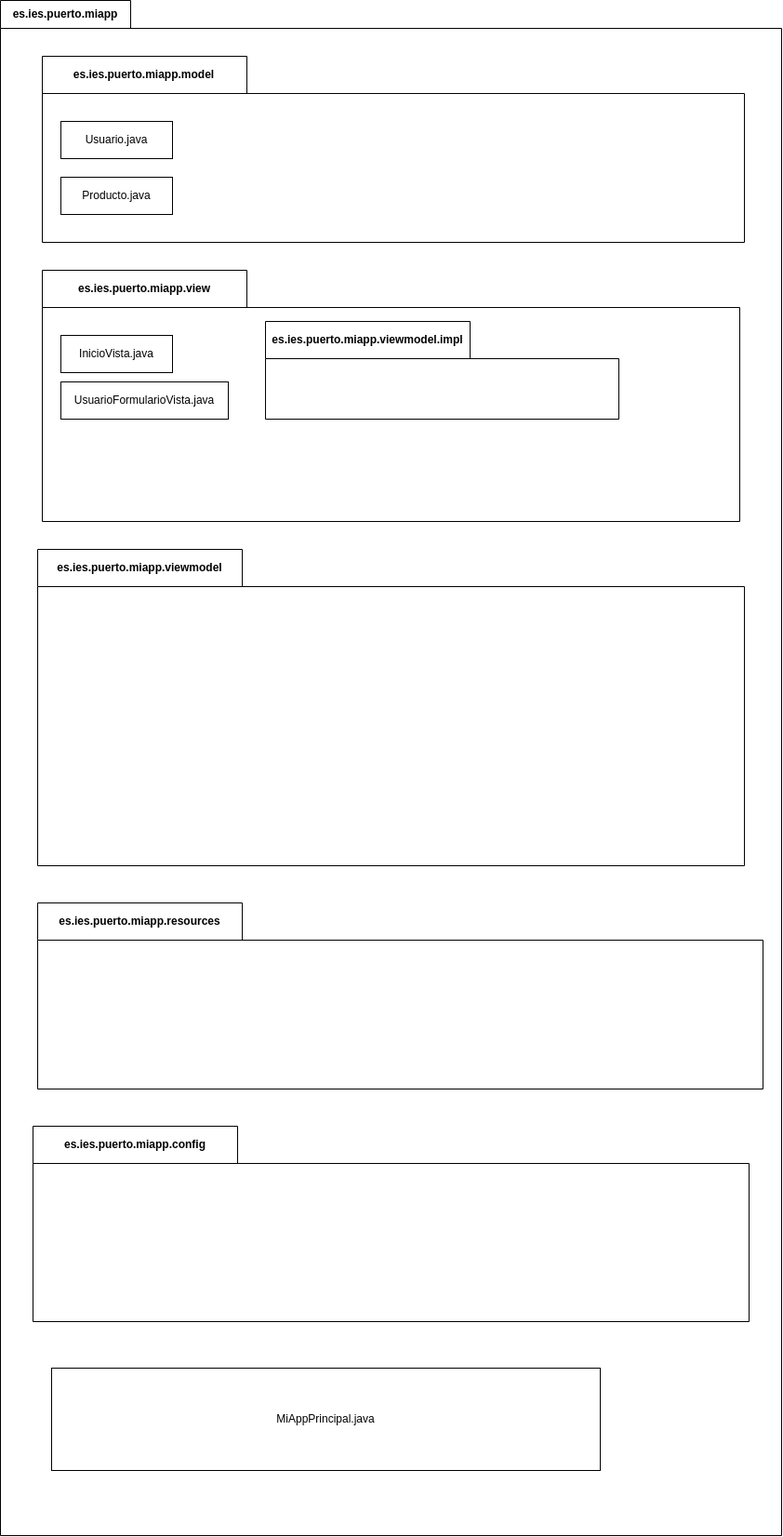
The draw.io diagram ExamenDiagramapaquetes_PedroMartinEscuela.png in PeterMartEsc/ETS, before a commit. Source tidied: cells renumbered, new cells last; positions are measured from the earlier drawing's top-left corner, leaving out a move shared by most shapes.
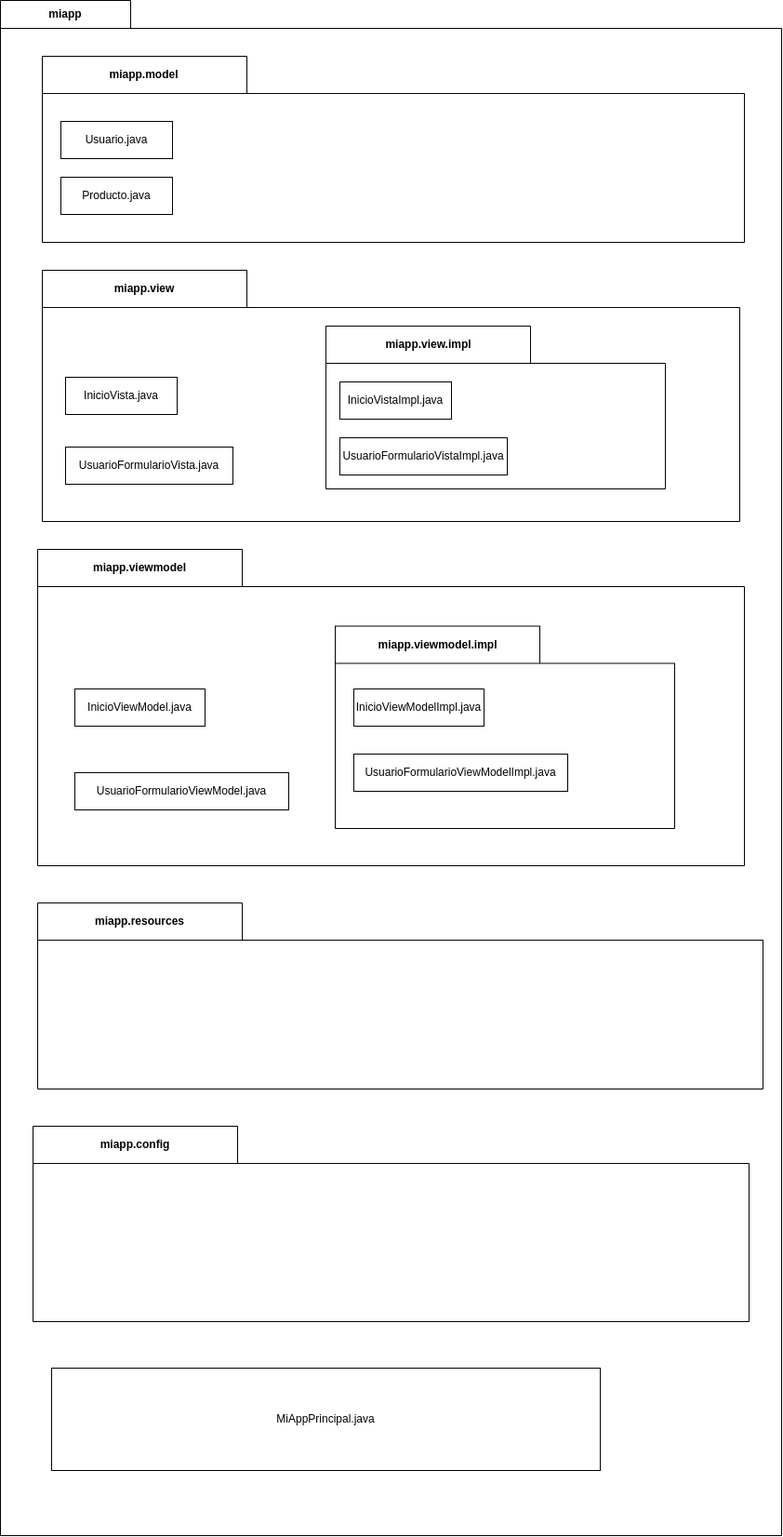
After the change.

What changed in the source:
```diff
@@ -2,10 +2,10 @@
   <root>
     <mxCell id="0" />
     <mxCell id="1" parent="0" />
-    <mxCell id="2" value="es.ies.puerto.miapp" style="shape=folder;fontStyle=1;tabWidth=140;tabHeight=30;tabPosition=left;html=1;boundedLbl=1;labelInHeader=1;whiteSpace=wrap;fillColor=none;" parent="1" vertex="1">
+    <mxCell id="2" value="miapp" style="shape=folder;fontStyle=1;tabWidth=140;tabHeight=30;tabPosition=left;html=1;boundedLbl=1;labelInHeader=1;whiteSpace=wrap;fillColor=none;" parent="1" vertex="1">
       <mxGeometry width="840" height="1650" as="geometry" />
     </mxCell>
-    <mxCell id="3" value="es.ies.puerto.miapp.model" style="shape=folder;fontStyle=1;tabWidth=220;tabHeight=40;tabPosition=left;html=1;boundedLbl=1;labelInHeader=1;whiteSpace=wrap;" parent="2" vertex="1">
+    <mxCell id="3" value="miapp.model" style="shape=folder;fontStyle=1;tabWidth=220;tabHeight=40;tabPosition=left;html=1;boundedLbl=1;labelInHeader=1;whiteSpace=wrap;" parent="2" vertex="1">
       <mxGeometry x="45" y="60" width="755" height="200" as="geometry" />
     </mxCell>
     <mxCell id="4" value="Usuario.java" style="rounded=0;whiteSpace=wrap;html=1;" parent="3" vertex="1">
@@ -14,25 +14,46 @@
     <mxCell id="5" value="Producto.java" style="rounded=0;whiteSpace=wrap;html=1;" parent="3" vertex="1">
       <mxGeometry x="20" y="130" width="120" height="40" as="geometry" />
     </mxCell>
-    <mxCell id="6" value="es.ies.puerto.miapp.view" style="shape=folder;fontStyle=1;tabWidth=220;tabHeight=40;tabPosition=left;html=1;boundedLbl=1;labelInHeader=1;whiteSpace=wrap;" parent="2" vertex="1">
+    <mxCell id="6" value="miapp.view" style="shape=folder;fontStyle=1;tabWidth=220;tabHeight=40;tabPosition=left;html=1;boundedLbl=1;labelInHeader=1;whiteSpace=wrap;" parent="2" vertex="1">
       <mxGeometry x="45" y="290" width="750" height="270" as="geometry" />
     </mxCell>
     <mxCell id="7" value="InicioVista.java" style="rounded=0;whiteSpace=wrap;html=1;" parent="6" vertex="1">
-      <mxGeometry x="20" y="70" width="120" height="40" as="geometry" />
+      <mxGeometry x="25" y="115" width="120" height="40" as="geometry" />
     </mxCell>
     <mxCell id="8" value="UsuarioFormularioVista.java" style="rounded=0;whiteSpace=wrap;html=1;" parent="6" vertex="1">
-      <mxGeometry x="20" y="120" width="180" height="40" as="geometry" />
+      <mxGeometry x="25" y="190" width="180" height="40" as="geometry" />
     </mxCell>
-    <mxCell id="9" value="es.ies.puerto.miapp.viewmodel.impl" style="shape=folder;fontStyle=1;tabWidth=220;tabHeight=40;tabPosition=left;html=1;boundedLbl=1;labelInHeader=1;whiteSpace=wrap;" parent="6" vertex="1">
-      <mxGeometry x="240" y="55" width="380" height="105" as="geometry" />
+    <mxCell id="9" value="miapp.view.impl" style="shape=folder;fontStyle=1;tabWidth=220;tabHeight=40;tabPosition=left;html=1;boundedLbl=1;labelInHeader=1;whiteSpace=wrap;" parent="6" vertex="1">
+      <mxGeometry x="305" y="60" width="365" height="175" as="geometry" />
     </mxCell>
+    <mxCell id="14" value="InicioVistaImpl.java" style="rounded=0;whiteSpace=wrap;html=1;" parent="9" vertex="1">
+      <mxGeometry x="15" y="60" width="120" height="40" as="geometry" />
+    </mxCell>
+    <mxCell id="15" value="UsuarioFormularioVistaImpl.java" style="rounded=0;whiteSpace=wrap;html=1;" parent="9" vertex="1">
+      <mxGeometry x="15" y="120" width="180" height="40" as="geometry" />
+    </mxCell>
-    <mxCell id="10" value="es.ies.puerto.miapp.viewmodel" style="shape=folder;fontStyle=1;tabWidth=220;tabHeight=40;tabPosition=left;html=1;boundedLbl=1;labelInHeader=1;whiteSpace=wrap;" parent="2" vertex="1">
+    <mxCell id="10" value="miapp.viewmodel" style="shape=folder;fontStyle=1;tabWidth=220;tabHeight=40;tabPosition=left;html=1;boundedLbl=1;labelInHeader=1;whiteSpace=wrap;" parent="2" vertex="1">
       <mxGeometry x="40" y="590" width="760" height="340" as="geometry" />
     </mxCell>
+    <mxCell id="16" value="InicioViewModel.java" style="rounded=0;whiteSpace=wrap;html=1;" parent="10" vertex="1">
+      <mxGeometry x="40" y="150" width="140" height="40" as="geometry" />
+    </mxCell>
+    <mxCell id="17" value="UsuarioFormularioViewModel.java" style="rounded=0;whiteSpace=wrap;html=1;" parent="10" vertex="1">
+      <mxGeometry x="40" y="240" width="230" height="40" as="geometry" />
+    </mxCell>
+    <mxCell id="18" value="miapp.viewmodel.impl" style="shape=folder;fontStyle=1;tabWidth=220;tabHeight=40;tabPosition=left;html=1;boundedLbl=1;labelInHeader=1;whiteSpace=wrap;" parent="10" vertex="1">
+      <mxGeometry x="320" y="82.5" width="365" height="217.5" as="geometry" />
+    </mxCell>
+    <mxCell id="19" value="InicioViewModelImpl.java" style="rounded=0;whiteSpace=wrap;html=1;" parent="18" vertex="1">
+      <mxGeometry x="20" y="67.5" width="140" height="40" as="geometry" />
+    </mxCell>
+    <mxCell id="20" value="UsuarioFormularioViewModelImpl.java" style="rounded=0;whiteSpace=wrap;html=1;" parent="18" vertex="1">
+      <mxGeometry x="20" y="137.5" width="230" height="40" as="geometry" />
+    </mxCell>
-    <mxCell id="11" value="es.ies.puerto.miapp.resources" style="shape=folder;fontStyle=1;tabWidth=220;tabHeight=40;tabPosition=left;html=1;boundedLbl=1;labelInHeader=1;whiteSpace=wrap;" parent="2" vertex="1">
+    <mxCell id="11" value="miapp.resources" style="shape=folder;fontStyle=1;tabWidth=220;tabHeight=40;tabPosition=left;html=1;boundedLbl=1;labelInHeader=1;whiteSpace=wrap;" parent="2" vertex="1">
       <mxGeometry x="40" y="970" width="780" height="200" as="geometry" />
     </mxCell>
-    <mxCell id="12" value="es.ies.puerto.miapp.config" style="shape=folder;fontStyle=1;tabWidth=220;tabHeight=40;tabPosition=left;html=1;boundedLbl=1;labelInHeader=1;whiteSpace=wrap;" parent="2" vertex="1">
+    <mxCell id="12" value="miapp.config" style="shape=folder;fontStyle=1;tabWidth=220;tabHeight=40;tabPosition=left;html=1;boundedLbl=1;labelInHeader=1;whiteSpace=wrap;" parent="2" vertex="1">
       <mxGeometry x="35" y="1210" width="770" height="210" as="geometry" />
     </mxCell>
     <mxCell id="13" value="MiAppPrincipal.java" style="html=1;whiteSpace=wrap;" parent="2" vertex="1">
```
